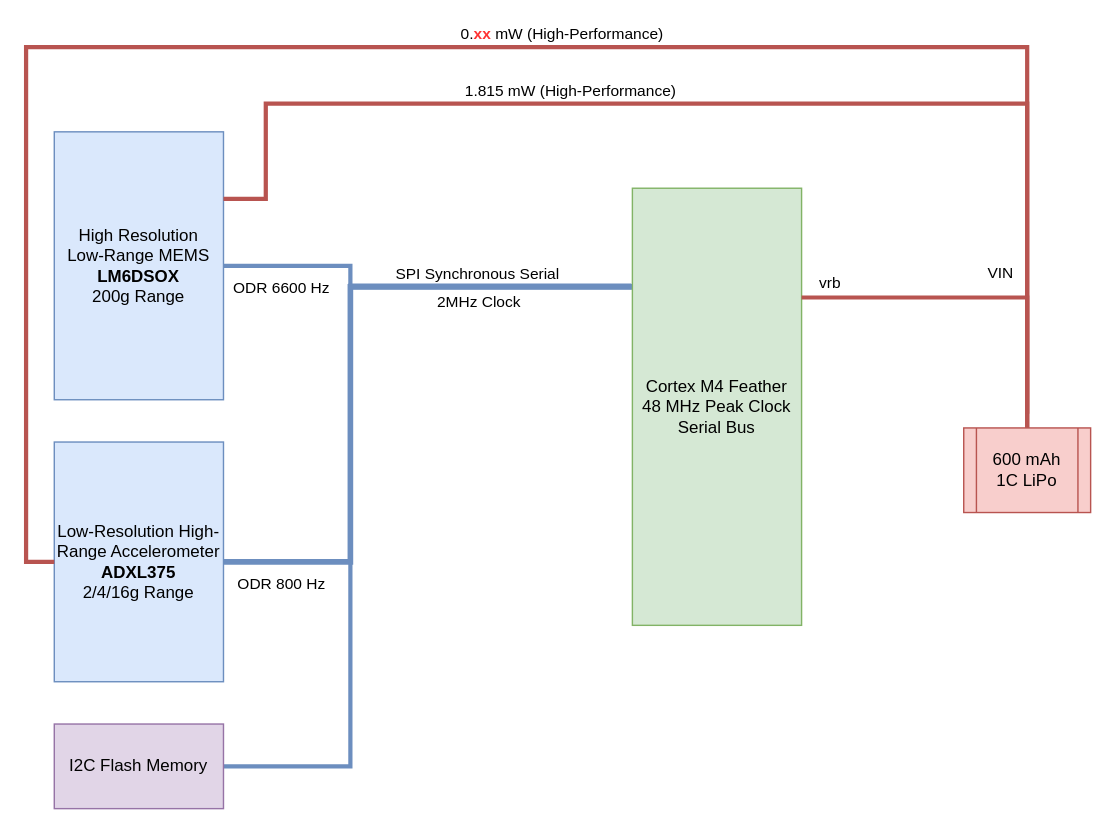
Before: functionalblockdiagram-102722.drawio in ceugomez/wiigls, a draw.io diagram. Source tidied: cells renumbered, new cells numbered last; positions are measured from the earlier drawing's top-left corner, leaving out a move shared by most shapes. Both pictures are drawn from the tidied source at 141%, with x=0, y=0 at pixel (25, 47).
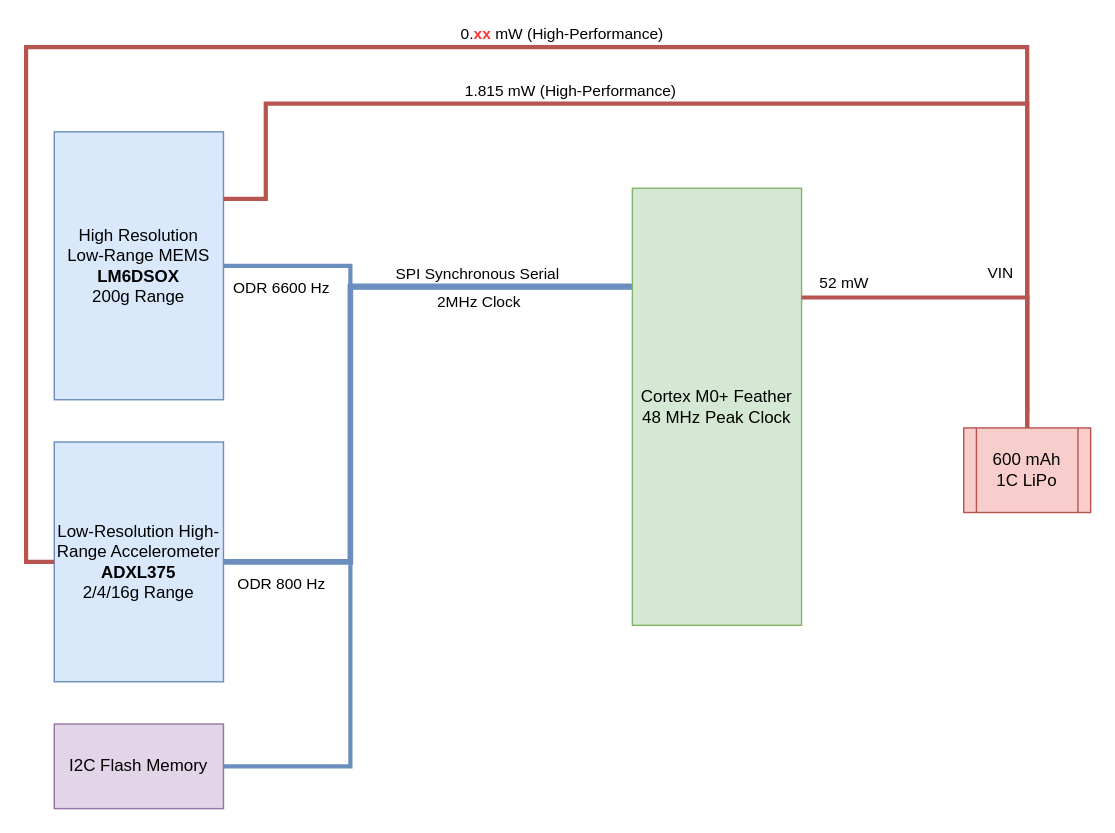
The same diagram, later.

The change refers to these unchanged cells:
```xml
<mxCell id="13" value="VIN" style="edgeStyle=orthogonalEdgeStyle;rounded=0;jettySize=auto;html=1;exitX=0.5;exitY=0;exitDx=0;exitDy=0;entryX=1;entryY=0.25;entryDx=0;entryDy=0;strokeWidth=3;endArrow=none;endFill=0;fillColor=#f8cecc;strokeColor=#b85450;" parent="1" edge="1" source="17" target="9">
  <mxGeometry x="-0.11" y="-18" relative="1" as="geometry" />
</mxCell>
```

The edit, as a diff of the source:
```diff
@@
-    <mxCell id="9" value="Cortex M4&amp;nbsp;Feather&lt;br&gt;48 MHz Peak Clock&lt;br&gt;Serial Bus" style="rounded=0;whiteSpace=wrap;html=1;fillColor=#d5e8d4;strokeColor=#82b366;" parent="1" vertex="1">
+    <mxCell id="9" value="Cortex M0+ Feather&lt;br&gt;48 MHz Peak Clock&lt;br&gt;" style="rounded=0;whiteSpace=wrap;html=1;fillColor=#d5e8d4;strokeColor=#82b366;" parent="1" vertex="1">
       <mxGeometry x="430" y="100" width="120" height="310" as="geometry" />
     </mxCell>
@@
-    <mxCell id="14" value="vrb" style="edgeLabel;html=1;align=center;verticalAlign=middle;" parent="13" vertex="1">
+    <mxCell id="14" value="52 mW" style="edgeLabel;html=1;align=center;verticalAlign=middle;" parent="13" vertex="1">
       <mxGeometry x="0.59" y="-3" relative="1" as="geometry">
-        <mxPoint x="-32" y="-8" as="offset" />
+        <mxPoint x="-22" y="-8" as="offset" />
       </mxGeometry>
     </mxCell>
```
